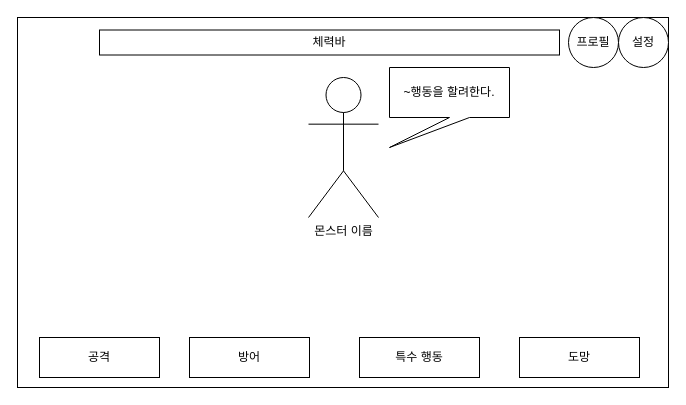
Above: page "전투 화면" (6 of 11) of docs/맵구상도.drawio in dlsrb/first-agent (draw.io), before the change. Source tidied: cells renumbered, new cells numbered last; positions are measured from the earlier drawing's top-left corner, leaving out a move shared by most shapes. Both pictures are drawn from the tidied source at 100%, with x=0, y=0 at pixel (17, 17).
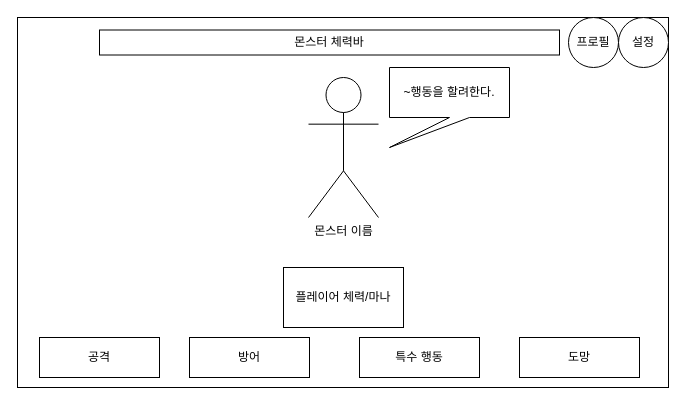
The same page after the edit.

Diff of the diagram source:
```diff
@@
 <mxGraphModel>
   <root>
     <mxCell id="0" />
     <mxCell id="1" parent="0" />
     <mxCell id="2" style="rounded=0;whiteSpace=wrap;html=1;fillColor=light-dark(#FFFFFF,#696969);" parent="1" vertex="1">
       <mxGeometry width="651" height="370" as="geometry" />
     </mxCell>
     <mxCell id="3" value="설정" style="ellipse;whiteSpace=wrap;html=1;" parent="1" vertex="1">
       <mxGeometry x="601" width="50" height="50" as="geometry" />
     </mxCell>
     <mxCell id="4" value="몬스터 이름" style="shape=umlActor;verticalLabelPosition=bottom;verticalAlign=top;html=1;" parent="1" vertex="1">
       <mxGeometry x="291" y="60" width="70" height="140" as="geometry" />
     </mxCell>
     <mxCell id="5" value="~행동을 할려한다." style="shape=callout;whiteSpace=wrap;html=1;perimeter=calloutPerimeter;position2=0;" parent="1" vertex="1">
       <mxGeometry x="372" y="50" width="120" height="80" as="geometry" />
     </mxCell>
     <mxCell id="6" value="공격" style="rounded=0;whiteSpace=wrap;html=1;" parent="1" vertex="1">
       <mxGeometry x="22" y="320" width="120" height="40" as="geometry" />
     </mxCell>
     <mxCell id="7" value="방어" style="rounded=0;whiteSpace=wrap;html=1;" parent="1" vertex="1">
       <mxGeometry x="172" y="320" width="120" height="40" as="geometry" />
     </mxCell>
     <mxCell id="8" value="특수 행동" style="rounded=0;whiteSpace=wrap;html=1;" parent="1" vertex="1">
       <mxGeometry x="342" y="320" width="120" height="40" as="geometry" />
     </mxCell>
     <mxCell id="9" value="도망" style="rounded=0;whiteSpace=wrap;html=1;" parent="1" vertex="1">
       <mxGeometry x="502" y="320" width="120" height="40" as="geometry" />
     </mxCell>
     <mxCell id="10" value="프로필" style="ellipse;whiteSpace=wrap;html=1;" parent="1" vertex="1">
       <mxGeometry x="551" width="50" height="50" as="geometry" />
     </mxCell>
-    <mxCell id="11" value="체력바" style="rounded=0;whiteSpace=wrap;html=1;" parent="1" vertex="1">
+    <mxCell id="11" value="몬스터 체력바" style="rounded=0;whiteSpace=wrap;html=1;" parent="1" vertex="1">
       <mxGeometry x="82" y="12.5" width="460" height="25" as="geometry" />
     </mxCell>
+    <mxCell id="12" value="플레이어 체력/마나" style="rounded=0;whiteSpace=wrap;html=1;" parent="1" vertex="1">
+      <mxGeometry x="266" y="250" width="120" height="60" as="geometry" />
+    </mxCell>
   </root>
 </mxGraphModel>
```
